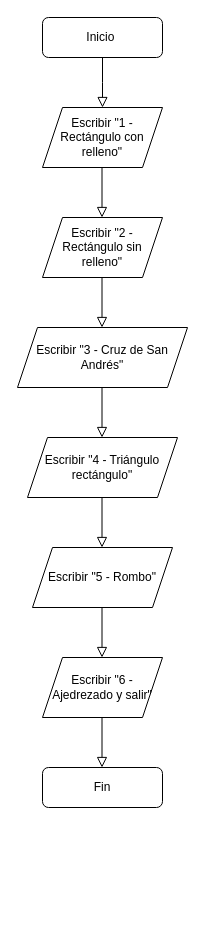
Patriesc/LosBucles keeps this draw.io diagram as Diagramas de flujo/Menu.drawio. Above is the earlier version. Source tidied: cells renumbered, new cells numbered last; positions are measured from the earlier drawing's top-left corner, leaving out a move shared by most shapes. Both pictures are drawn from the tidied source at 100%, with x=0, y=0 at pixel (17, 17).
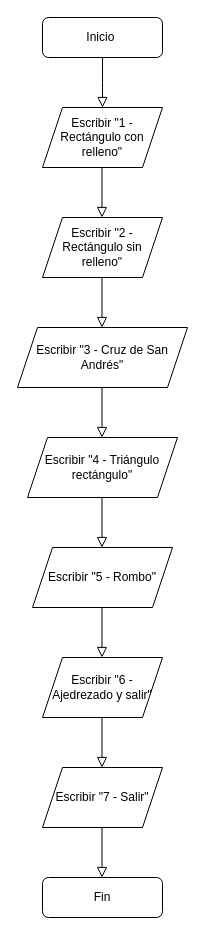
The same diagram, later.

Diff of the diagram source:
```diff
@@
     <mxCell id="4" value="Fin" style="rounded=1;whiteSpace=wrap;html=1;fontSize=12;glass=0;strokeWidth=1;shadow=0;" parent="1" vertex="1">
-      <mxGeometry x="25" y="750" width="120" height="40" as="geometry" />
+      <mxGeometry x="25" y="860" width="120" height="40" as="geometry" />
     </mxCell>
@@
+    <mxCell id="17" value="Escribir &quot;7 - Salir&quot;" style="shape=parallelogram;perimeter=parallelogramPerimeter;whiteSpace=wrap;html=1;fixedSize=1;" parent="1" vertex="1">
+      <mxGeometry x="25" y="750" width="120" height="60" as="geometry" />
+    </mxCell>
+    <mxCell id="18" style="rounded=0;html=1;jettySize=auto;orthogonalLoop=1;fontSize=11;endArrow=block;endFill=0;endSize=8;strokeWidth=1;shadow=0;labelBackgroundColor=none;edgeStyle=orthogonalEdgeStyle;" parent="1" edge="1">
+      <mxGeometry relative="1" as="geometry">
+        <mxPoint x="84.5" y="810" as="sourcePoint" />
+        <mxPoint x="84.5" y="860" as="targetPoint" />
+      </mxGeometry>
+    </mxCell>
```
